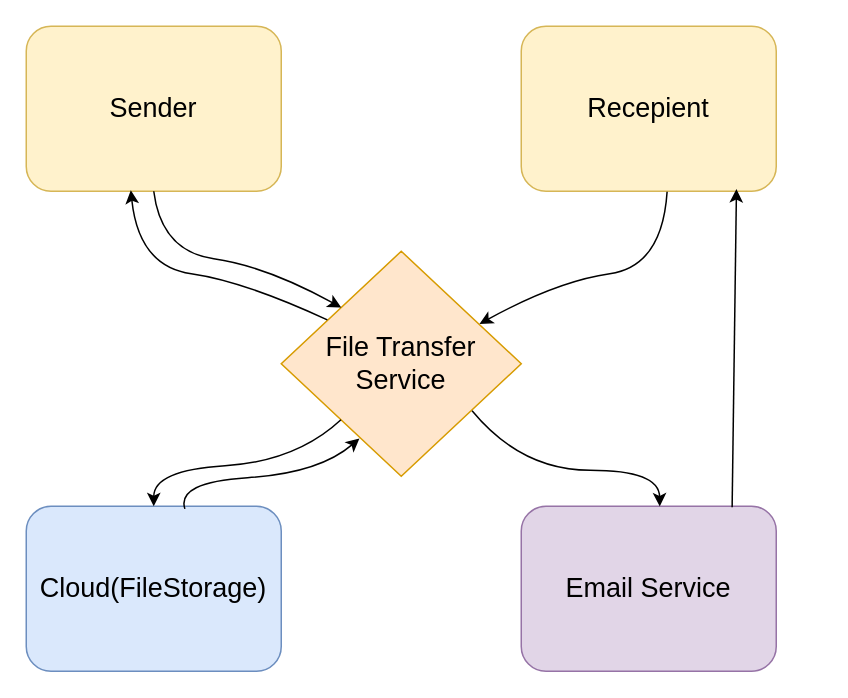
Earlier version of the draw.io diagram file_exchanger/docs/context.drawio (Rom-haguko/new_fossdev). Source tidied: cells renumbered, new cells numbered last; positions are measured from the earlier drawing's top-left corner, leaving out a move shared by most shapes. Both pictures are drawn from the tidied source at 150%, with x=0, y=0 at pixel (26, 26).
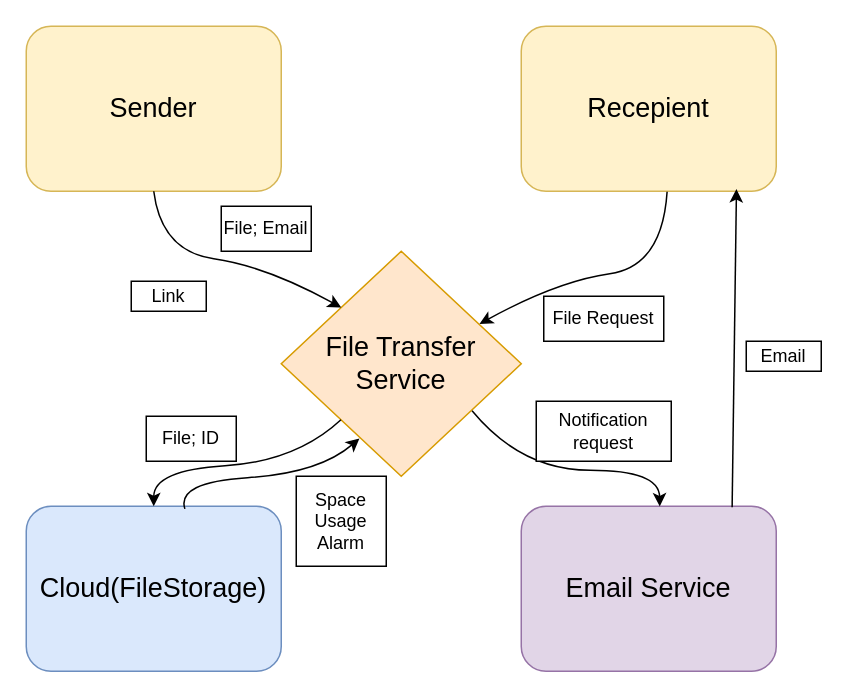
After the change.

Unchanged cells that the change refers to:
```xml
<mxCell id="2" value="File Transfer Service" style="rhombus;whiteSpace=wrap;html=1;fontSize=18;fillColor=#ffe6cc;strokeColor=#d79b00;" parent="1" vertex="1">
  <mxGeometry x="170" y="150" width="160" height="150" as="geometry" />
</mxCell>
<mxCell id="3" value="Sender" style="rounded=1;whiteSpace=wrap;html=1;fontSize=18;fillColor=#fff2cc;strokeColor=#d6b656;" parent="1" vertex="1">
  <mxGeometry width="170" height="110" as="geometry" />
</mxCell>
```

Diff of the diagram source:
```diff
@@
-    <mxCell id="8" style="curved=1;endArrow=none;html=1;rounded=0;entryX=0.192;entryY=0.305;entryDx=0;entryDy=0;exitX=0.41;exitY=0.994;exitDx=0;exitDy=0;exitPerimeter=0;endFill=0;startArrow=classic;startFill=1;entryPerimeter=0;fontSize=18;" parent="1" edge="1" source="3" target="2">
-      <mxGeometry relative="1" as="geometry">
-        <Array as="points">
-          <mxPoint x="75" y="160" />
-          <mxPoint x="145" y="170" />
-        </Array>
-      </mxGeometry>
-    </mxCell>
@@
+    <mxCell id="14" value="Email" style="whiteSpace=wrap;html=1;" parent="1" vertex="1">
+      <mxGeometry x="480" y="210" width="50" height="20" as="geometry" />
+    </mxCell>
+    <mxCell id="15" value="File Request" style="whiteSpace=wrap;html=1;" parent="1" vertex="1">
+      <mxGeometry x="345" y="180" width="80" height="30" as="geometry" />
+    </mxCell>
+    <mxCell id="16" value="Notification re&lt;span style=&quot;background-color: transparent; color: light-dark(rgb(0, 0, 0), rgb(255, 255, 255));&quot;&gt;quest&lt;/span&gt;" style="whiteSpace=wrap;html=1;" parent="1" vertex="1">
+      <mxGeometry x="340" y="250" width="90" height="40" as="geometry" />
+    </mxCell>
+    <mxCell id="17" value="File; Email" style="whiteSpace=wrap;html=1;" parent="1" vertex="1">
+      <mxGeometry x="130" y="120" width="60" height="30" as="geometry" />
+    </mxCell>
+    <mxCell id="18" value="Link" style="whiteSpace=wrap;html=1;" parent="1" vertex="1">
+      <mxGeometry x="70" y="170" width="50" height="20" as="geometry" />
+    </mxCell>
+    <mxCell id="19" value="File; ID" style="whiteSpace=wrap;html=1;" parent="1" vertex="1">
+      <mxGeometry x="80" y="260" width="60" height="30" as="geometry" />
+    </mxCell>
+    <mxCell id="20" value="Space&lt;div&gt;Usage&lt;/div&gt;&lt;div&gt;Alarm&lt;/div&gt;" style="rounded=0;whiteSpace=wrap;html=1;strokeColor=default;align=center;verticalAlign=middle;fontFamily=Helvetica;fontSize=12;fontColor=default;fillColor=default;" parent="1" vertex="1">
+      <mxGeometry x="180" y="300" width="60" height="60" as="geometry" />
+    </mxCell>
```
